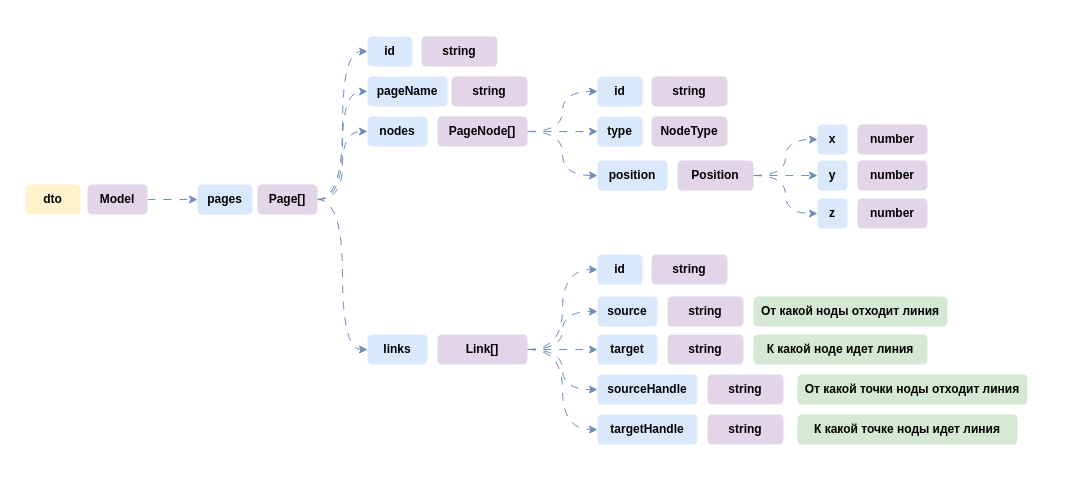
Earlier version of the draw.io diagram Self-Diagrams.drawio (orlov-oleg-developer/uml-diagrams). Source tidied: cells renumbered, new cells numbered last; positions are measured from the earlier drawing's top-left corner, leaving out a move shared by most shapes. Both pictures are drawn from the tidied source at 100%, with x=0, y=0 at pixel (25, 36).
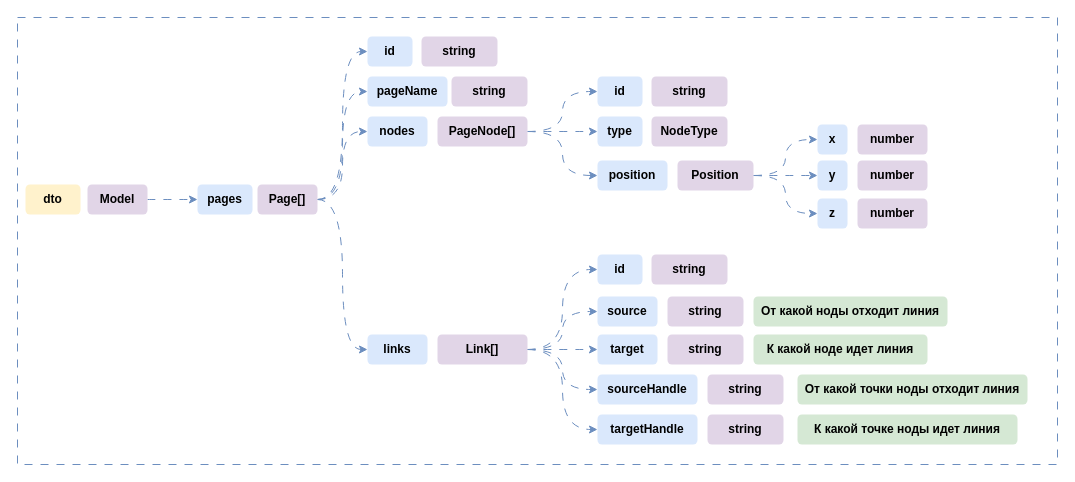
After the change.

The edit, as a diff of the source:
```diff
@@
+    <mxCell id="56" style="rounded=0;whiteSpace=wrap;html=1;fontFamily=Helvetica;fontSize=11;fillColor=none;dashed=1;dashPattern=8 8;strokeColor=#6c8ebf;shadow=0;" parent="1" vertex="1">
+      <mxGeometry x="-8" y="-19" width="1040" height="447" as="geometry" />
+    </mxCell>
```
